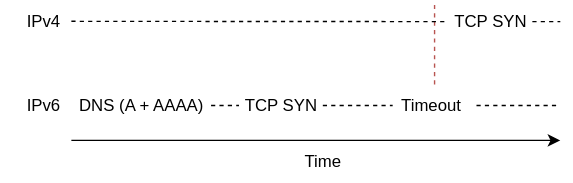
Above: presentation/nohe.svg in Slenderman00/protocol-racing-presentation (draw.io), before the change. Source tidied: cells renumbered, new cells last; positions are measured from the earlier drawing's top-left corner, leaving out a move shared by most shapes. Its diagram source:
```xml
<mxGraphModel>
  <root>
    <mxCell id="0" />
    <mxCell id="1" parent="0" />
    <mxCell id="2" style="endArrow=classic;html=1;rounded=0;" parent="1" edge="1">
      <mxGeometry relative="1" as="geometry">
        <mxPoint x="50" y="100" as="sourcePoint" />
        <mxPoint x="400" y="100" as="targetPoint" />
      </mxGeometry>
    </mxCell>
    <mxCell id="3" value="Time" style="text;html=1;align=center;verticalAlign=middle;whiteSpace=wrap;rounded=0;" parent="1" vertex="1">
      <mxGeometry x="200" y="100" width="60" height="30" as="geometry" />
    </mxCell>
    <mxCell id="4" style="endArrow=none;dashed=1;html=1;rounded=0;endFill=0;" parent="1" edge="1" source="17">
      <mxGeometry relative="1" as="geometry">
        <mxPoint x="400" y="75" as="targetPoint" />
      </mxGeometry>
    </mxCell>
    <mxCell id="5" style="endArrow=none;dashed=1;html=1;rounded=0;endFill=0;" parent="1" edge="1" source="10">
      <mxGeometry relative="1" as="geometry">
        <mxPoint x="400" y="15" as="targetPoint" />
      </mxGeometry>
    </mxCell>
    <mxCell id="6" value="IPv4" style="text;html=1;align=center;verticalAlign=middle;whiteSpace=wrap;rounded=0;" parent="1" vertex="1">
      <mxGeometry width="60" height="30" as="geometry" />
    </mxCell>
    <mxCell id="7" value="IPv6" style="text;html=1;align=center;verticalAlign=middle;whiteSpace=wrap;rounded=0;" parent="1" vertex="1">
      <mxGeometry y="60" width="60" height="30" as="geometry" />
    </mxCell>
    <mxCell id="8" style="endArrow=none;dashed=1;html=1;rounded=0;fillColor=#f8cecc;strokeColor=#b85450;" parent="1" edge="1">
      <mxGeometry relative="1" as="geometry">
        <mxPoint x="310" y="60" as="sourcePoint" />
        <mxPoint x="310" as="targetPoint" />
      </mxGeometry>
    </mxCell>
    <mxCell id="9" style="endArrow=none;dashed=1;html=1;rounded=0;endFill=0;" parent="1" edge="1" target="10">
      <mxGeometry relative="1" as="geometry">
        <mxPoint x="50" y="14.8" as="sourcePoint" />
      </mxGeometry>
    </mxCell>
    <mxCell id="10" value="TCP SYN" style="text;html=1;align=center;verticalAlign=middle;whiteSpace=wrap;rounded=0;" parent="1" vertex="1">
      <mxGeometry x="320" width="60" height="30" as="geometry" />
    </mxCell>
    <mxCell id="11" style="endArrow=none;dashed=1;html=1;rounded=0;endFill=0;" parent="1" edge="1" source="14" target="12">
      <mxGeometry relative="1" as="geometry" />
    </mxCell>
    <mxCell id="12" value="TCP SYN" style="text;html=1;align=center;verticalAlign=middle;whiteSpace=wrap;rounded=0;" parent="1" vertex="1">
      <mxGeometry x="170" y="60" width="60" height="30" as="geometry" />
    </mxCell>
    <mxCell id="13" style="endArrow=none;dashed=1;html=1;rounded=0;endFill=0;" parent="1" edge="1" target="14">
      <mxGeometry relative="1" as="geometry">
        <mxPoint x="50" y="74.8" as="sourcePoint" />
      </mxGeometry>
    </mxCell>
    <mxCell id="14" value="DNS (A + AAAA)" style="text;html=1;align=center;verticalAlign=middle;whiteSpace=wrap;rounded=0;" parent="1" vertex="1">
      <mxGeometry x="50" y="60" width="100" height="30" as="geometry" />
    </mxCell>
    <mxCell id="15" style="endArrow=none;dashed=1;html=1;rounded=0;fillColor=#f8cecc;strokeColor=#b85450;" parent="1" edge="1" target="17">
      <mxGeometry relative="1" as="geometry">
        <mxPoint x="280" y="90" as="sourcePoint" />
      </mxGeometry>
    </mxCell>
    <mxCell id="16" style="endArrow=none;dashed=1;html=1;rounded=0;endFill=0;" parent="1" edge="1" source="12" target="17">
      <mxGeometry relative="1" as="geometry" />
    </mxCell>
    <mxCell id="17" value="Timeout" style="text;strokeColor=none;fillColor=none;align=left;verticalAlign=middle;spacingLeft=4;spacingRight=4;overflow=hidden;points=[[0,0.5],[1,0.5]];portConstraint=eastwest;whiteSpace=wrap;html=1;" parent="1" vertex="1">
      <mxGeometry x="280" y="60" width="60" height="30" as="geometry" />
    </mxCell>
  </root>
</mxGraphModel>
```
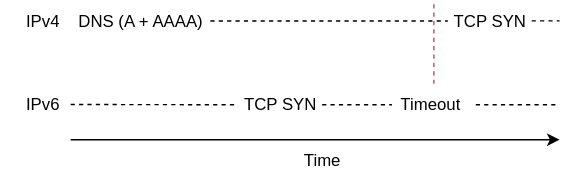
The same diagram one commit later.

The edit, as a diff of the source:
```diff
@@ -33,28 +33,20 @@
         <mxPoint x="310" as="targetPoint" />
       </mxGeometry>
     </mxCell>
-    <mxCell id="9" style="endArrow=none;dashed=1;html=1;rounded=0;endFill=0;" parent="1" edge="1" target="10">
-      <mxGeometry relative="1" as="geometry">
-        <mxPoint x="50" y="14.8" as="sourcePoint" />
-      </mxGeometry>
+    <mxCell id="9" style="endArrow=none;dashed=1;html=1;rounded=0;endFill=0;" parent="1" edge="1" source="14" target="10">
+      <mxGeometry relative="1" as="geometry" />
     </mxCell>
     <mxCell id="10" value="TCP SYN" style="text;html=1;align=center;verticalAlign=middle;whiteSpace=wrap;rounded=0;" parent="1" vertex="1">
       <mxGeometry x="320" width="60" height="30" as="geometry" />
     </mxCell>
-    <mxCell id="11" style="endArrow=none;dashed=1;html=1;rounded=0;endFill=0;" parent="1" edge="1" source="14" target="12">
-      <mxGeometry relative="1" as="geometry" />
-    </mxCell>
     <mxCell id="12" value="TCP SYN" style="text;html=1;align=center;verticalAlign=middle;whiteSpace=wrap;rounded=0;" parent="1" vertex="1">
       <mxGeometry x="170" y="60" width="60" height="30" as="geometry" />
     </mxCell>
-    <mxCell id="13" style="endArrow=none;dashed=1;html=1;rounded=0;endFill=0;" parent="1" edge="1" target="14">
+    <mxCell id="13" style="endArrow=none;dashed=1;html=1;rounded=0;endFill=0;entryX=0;entryY=0.5;entryDx=0;entryDy=0;" parent="1" edge="1" target="12">
       <mxGeometry relative="1" as="geometry">
         <mxPoint x="50" y="74.8" as="sourcePoint" />
       </mxGeometry>
     </mxCell>
-    <mxCell id="14" value="DNS (A + AAAA)" style="text;html=1;align=center;verticalAlign=middle;whiteSpace=wrap;rounded=0;" parent="1" vertex="1">
-      <mxGeometry x="50" y="60" width="100" height="30" as="geometry" />
-    </mxCell>
     <mxCell id="15" style="endArrow=none;dashed=1;html=1;rounded=0;fillColor=#f8cecc;strokeColor=#b85450;" parent="1" edge="1" target="17">
       <mxGeometry relative="1" as="geometry">
         <mxPoint x="280" y="90" as="sourcePoint" />
@@ -66,5 +58,13 @@
     <mxCell id="17" value="Timeout" style="text;strokeColor=none;fillColor=none;align=left;verticalAlign=middle;spacingLeft=4;spacingRight=4;overflow=hidden;points=[[0,0.5],[1,0.5]];portConstraint=eastwest;whiteSpace=wrap;html=1;" parent="1" vertex="1">
       <mxGeometry x="280" y="60" width="60" height="30" as="geometry" />
     </mxCell>
+    <mxCell id="18" style="endArrow=none;dashed=1;html=1;rounded=0;endFill=0;" parent="1" edge="1" target="14">
+      <mxGeometry relative="1" as="geometry">
+        <mxPoint x="50" y="14.8" as="sourcePoint" />
+      </mxGeometry>
+    </mxCell>
+    <mxCell id="14" value="DNS (A + AAAA)" style="text;html=1;align=center;verticalAlign=middle;whiteSpace=wrap;rounded=0;" parent="1" vertex="1">
+      <mxGeometry x="50" width="100" height="30" as="geometry" />
+    </mxCell>
   </root>
 </mxGraphModel>
```
